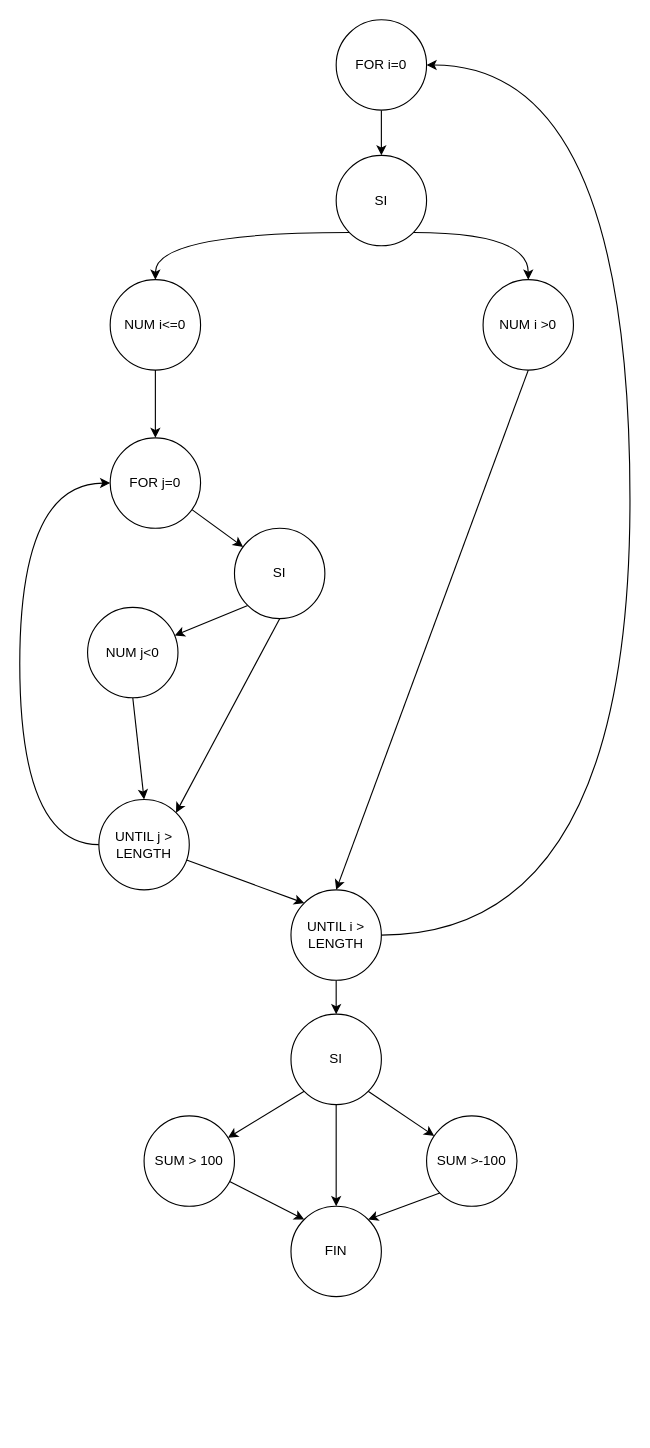
This is Diagrama FOR.drawio from JamartinezSanAlberto/Diagramas, a draw.io file, before an edit. Source tidied: cells renumbered, new cells numbered last; positions are measured from the earlier drawing's top-left corner, leaving out a move shared by most shapes. Both pictures are drawn from the tidied source at 113%, with x=0, y=0 at pixel (19, 19).
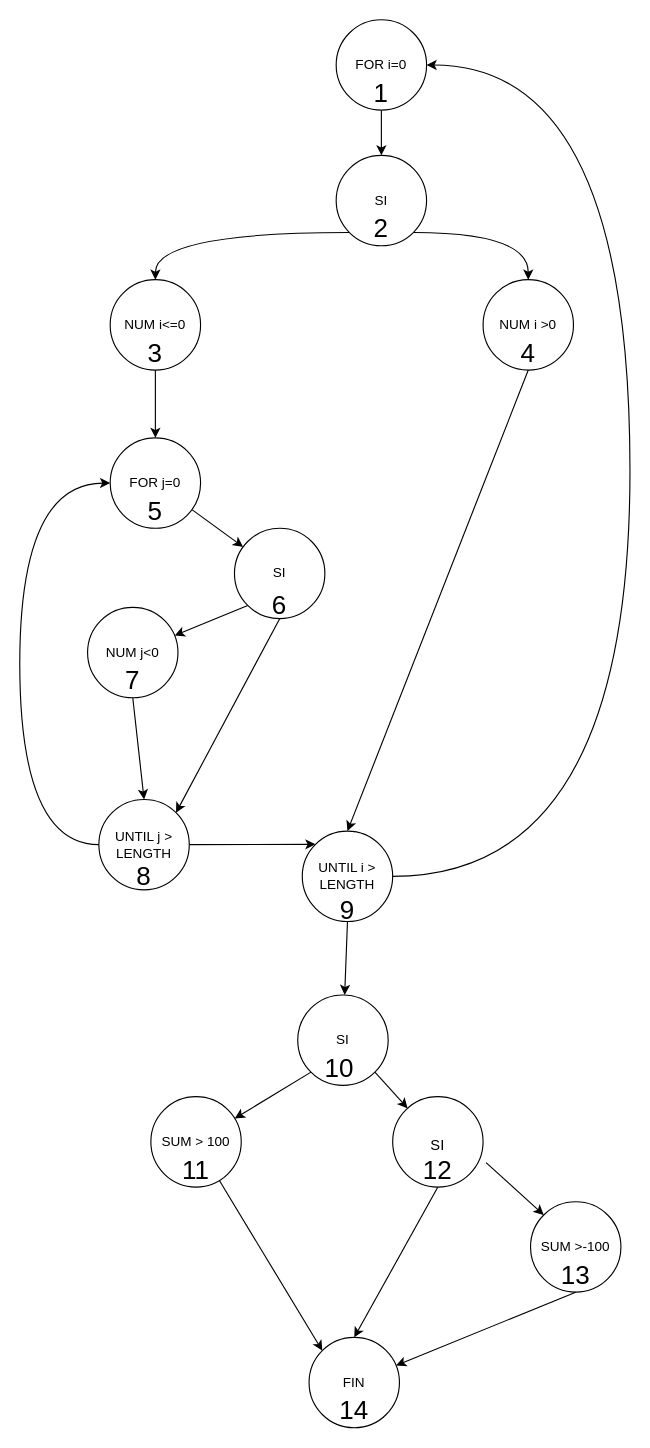
The same diagram, later.

The change refers to these unchanged cells:
```xml
<mxCell id="3" value="FOR i=0" style="ellipse;whiteSpace=wrap;html=1;" parent="1" vertex="1">
  <mxGeometry x="280" width="80" height="80" as="geometry" />
</mxCell>
```

Change to the diagram source:
```diff
@@
     <mxCell id="4" style="edgeStyle=orthogonalEdgeStyle;rounded=0;jettySize=auto;html=1;exitX=1;exitY=0.5;exitDx=0;exitDy=0;entryX=1;entryY=0.5;entryDx=0;entryDy=0;curved=1;" parent="1" edge="1" source="6" target="3">
       <mxGeometry relative="1" as="geometry">
         <Array as="points">
-          <mxPoint x="540" y="810" />
+          <mxPoint x="540" y="758" />
           <mxPoint x="540" y="40" />
         </Array>
       </mxGeometry>
     </mxCell>
@@
     <mxCell id="6" value="UNTIL i &amp;gt; LENGTH" style="ellipse;whiteSpace=wrap;html=1;" parent="1" vertex="1">
-      <mxGeometry x="240" y="770" width="80" height="80" as="geometry" />
+      <mxGeometry x="250" y="718" width="80" height="80" as="geometry" />
     </mxCell>
@@
-    <mxCell id="25" style="edgeStyle=none;rounded=0;jettySize=auto;html=1;exitX=1;exitY=1;exitDx=0;exitDy=0;" parent="1" edge="1" source="27" target="32">
-      <mxGeometry relative="1" as="geometry" />
-    </mxCell>
-    <mxCell id="26" style="edgeStyle=none;rounded=0;jettySize=auto;html=1;exitX=0.5;exitY=1;exitDx=0;exitDy=0;entryX=0.5;entryY=0;entryDx=0;entryDy=0;" parent="1" edge="1" source="27" target="30">
-      <mxGeometry relative="1" as="geometry" />
-    </mxCell>
+    <mxCell id="33" style="rounded=0;jettySize=auto;html=1;exitX=1;exitY=1;exitDx=0;exitDy=0;fontSize=23;" parent="1" edge="1" source="27" target="47">
+      <mxGeometry relative="1" as="geometry" />
+    </mxCell>
     <mxCell id="27" value="SI" style="ellipse;whiteSpace=wrap;html=1;" parent="1" vertex="1">
-      <mxGeometry x="240" y="880" width="80" height="80" as="geometry" />
+      <mxGeometry x="246" y="863" width="80" height="80" as="geometry" />
     </mxCell>
@@
     <mxCell id="29" value="SUM &amp;gt; 100" style="ellipse;whiteSpace=wrap;html=1;" parent="1" vertex="1">
-      <mxGeometry x="110" y="970" width="80" height="80" as="geometry" />
+      <mxGeometry x="116" y="953" width="80" height="80" as="geometry" />
     </mxCell>
     <mxCell id="30" value="FIN" style="ellipse;whiteSpace=wrap;html=1;" parent="1" vertex="1">
-      <mxGeometry x="240" y="1050" width="80" height="80" as="geometry" />
+      <mxGeometry x="256" y="1166" width="80" height="80" as="geometry" />
     </mxCell>
-    <mxCell id="31" style="edgeStyle=none;rounded=0;jettySize=auto;html=1;exitX=0;exitY=1;exitDx=0;exitDy=0;entryX=1;entryY=0;entryDx=0;entryDy=0;" parent="1" edge="1" source="32" target="30">
-      <mxGeometry relative="1" as="geometry" />
-    </mxCell>
     <mxCell id="32" value="SUM &amp;gt;-100" style="ellipse;whiteSpace=wrap;html=1;" parent="1" vertex="1">
-      <mxGeometry x="360" y="970" width="80" height="80" as="geometry" />
+      <mxGeometry x="452" y="1046" width="80" height="80" as="geometry" />
     </mxCell>
+    <mxCell id="34" value="&lt;font style=&quot;font-size: 23px;&quot;&gt;1&lt;/font&gt;" style="text;strokeColor=none;align=center;fillColor=none;html=1;verticalAlign=middle;whiteSpace=wrap;rounded=0;" parent="1" vertex="1">
+      <mxGeometry x="290" y="50" width="60" height="30" as="geometry" />
+    </mxCell>
+    <mxCell id="35" value="&lt;font style=&quot;font-size: 23px;&quot;&gt;2&lt;/font&gt;" style="text;strokeColor=none;align=center;fillColor=none;html=1;verticalAlign=middle;whiteSpace=wrap;rounded=0;" parent="1" vertex="1">
+      <mxGeometry x="290" y="170" width="60" height="30" as="geometry" />
+    </mxCell>
+    <mxCell id="36" value="&lt;font style=&quot;font-size: 23px;&quot;&gt;3&lt;/font&gt;" style="text;strokeColor=none;align=center;fillColor=none;html=1;verticalAlign=middle;whiteSpace=wrap;rounded=0;" parent="1" vertex="1">
+      <mxGeometry x="90" y="280" width="60" height="30" as="geometry" />
+    </mxCell>
+    <mxCell id="37" value="&lt;font style=&quot;font-size: 23px;&quot;&gt;4&lt;/font&gt;" style="text;strokeColor=none;align=center;fillColor=none;html=1;verticalAlign=middle;whiteSpace=wrap;rounded=0;" parent="1" vertex="1">
+      <mxGeometry x="420" y="280" width="60" height="30" as="geometry" />
+    </mxCell>
+    <mxCell id="38" value="&lt;font style=&quot;font-size: 23px;&quot;&gt;5&lt;/font&gt;" style="text;strokeColor=none;align=center;fillColor=none;html=1;verticalAlign=middle;whiteSpace=wrap;rounded=0;" parent="1" vertex="1">
+      <mxGeometry x="90" y="420" width="60" height="30" as="geometry" />
+    </mxCell>
+    <mxCell id="39" value="&lt;font style=&quot;font-size: 23px;&quot;&gt;6&lt;/font&gt;" style="text;strokeColor=none;align=center;fillColor=none;html=1;verticalAlign=middle;whiteSpace=wrap;rounded=0;" parent="1" vertex="1">
+      <mxGeometry x="200" y="503" width="60" height="30" as="geometry" />
+    </mxCell>
+    <mxCell id="40" value="&lt;font style=&quot;font-size: 23px;&quot;&gt;7&lt;/font&gt;" style="text;strokeColor=none;align=center;fillColor=none;html=1;verticalAlign=middle;whiteSpace=wrap;rounded=0;" parent="1" vertex="1">
+      <mxGeometry x="70" y="570" width="60" height="30" as="geometry" />
+    </mxCell>
+    <mxCell id="41" value="&lt;font style=&quot;font-size: 23px;&quot;&gt;8&lt;/font&gt;" style="text;strokeColor=none;align=center;fillColor=none;html=1;verticalAlign=middle;whiteSpace=wrap;rounded=0;" parent="1" vertex="1">
+      <mxGeometry x="80" y="743" width="60" height="30" as="geometry" />
+    </mxCell>
+    <mxCell id="42" value="&lt;font style=&quot;font-size: 23px;&quot;&gt;9&lt;/font&gt;" style="text;strokeColor=none;align=center;fillColor=none;html=1;verticalAlign=middle;whiteSpace=wrap;rounded=0;" parent="1" vertex="1">
+      <mxGeometry x="260" y="773" width="60" height="30" as="geometry" />
+    </mxCell>
+    <mxCell id="43" value="&lt;font style=&quot;font-size: 23px;&quot;&gt;10&lt;/font&gt;" style="text;strokeColor=none;align=center;fillColor=none;html=1;verticalAlign=middle;whiteSpace=wrap;rounded=0;" parent="1" vertex="1">
+      <mxGeometry x="253" y="913" width="60" height="30" as="geometry" />
+    </mxCell>
+    <mxCell id="44" value="&lt;font style=&quot;font-size: 23px;&quot;&gt;11&lt;/font&gt;" style="text;strokeColor=none;align=center;fillColor=none;html=1;verticalAlign=middle;whiteSpace=wrap;rounded=0;" parent="1" vertex="1">
+      <mxGeometry x="126" y="1003" width="60" height="30" as="geometry" />
+    </mxCell>
+    <mxCell id="45" style="edgeStyle=none;rounded=0;jettySize=auto;html=1;exitX=0.5;exitY=1;exitDx=0;exitDy=0;fontSize=23;" parent="1" edge="1" source="46" target="30">
+      <mxGeometry relative="1" as="geometry" />
+    </mxCell>
+    <mxCell id="46" value="&lt;font style=&quot;font-size: 23px;&quot;&gt;13&lt;/font&gt;" style="text;strokeColor=none;align=center;fillColor=none;html=1;verticalAlign=middle;whiteSpace=wrap;rounded=0;" parent="1" vertex="1">
+      <mxGeometry x="462" y="1096" width="60" height="30" as="geometry" />
+    </mxCell>
+    <mxCell id="47" value="&lt;font style=&quot;font-size: 13px;&quot;&gt;SI&lt;/font&gt;" style="ellipse;whiteSpace=wrap;html=1;fontSize=23;" parent="1" vertex="1">
+      <mxGeometry x="330" y="953" width="80" height="80" as="geometry" />
+    </mxCell>
+    <mxCell id="48" style="edgeStyle=none;rounded=0;jettySize=auto;html=1;exitX=1.033;exitY=0.729;exitDx=0;exitDy=0;entryX=0;entryY=0;entryDx=0;entryDy=0;fontSize=23;exitPerimeter=0;" parent="1" edge="1" source="47" target="32">
+      <mxGeometry relative="1" as="geometry" />
+    </mxCell>
+    <mxCell id="49" style="edgeStyle=none;rounded=0;jettySize=auto;html=1;exitX=0.5;exitY=1;exitDx=0;exitDy=0;entryX=0.5;entryY=0;entryDx=0;entryDy=0;fontSize=23;" parent="1" edge="1" source="47" target="30">
+      <mxGeometry relative="1" as="geometry" />
+    </mxCell>
+    <mxCell id="50" value="&lt;font style=&quot;font-size: 23px;&quot;&gt;12&lt;/font&gt;" style="text;strokeColor=none;align=center;fillColor=none;html=1;verticalAlign=middle;whiteSpace=wrap;rounded=0;" parent="1" vertex="1">
+      <mxGeometry x="340" y="1003" width="60" height="30" as="geometry" />
+    </mxCell>
+    <mxCell id="51" value="&lt;font style=&quot;font-size: 23px;&quot;&gt;14&lt;/font&gt;" style="text;strokeColor=none;align=center;fillColor=none;html=1;verticalAlign=middle;whiteSpace=wrap;rounded=0;" parent="1" vertex="1">
+      <mxGeometry x="266" y="1216" width="60" height="30" as="geometry" />
+    </mxCell>
```
